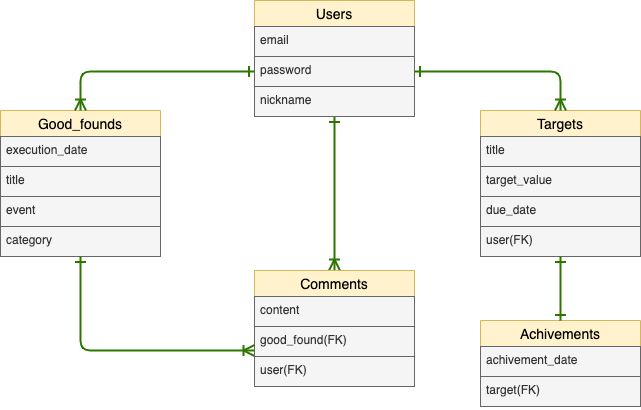
Before: 遷移図.png, a diagram exported from draw.io (akiyuki-23/bright-side). Source tidied: cells renumbered, new cells last; positions are measured from the earlier drawing's top-left corner, leaving out a move shared by most shapes.
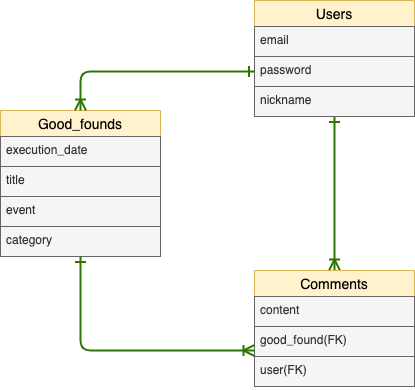
Above is the later version.

Change to the diagram source:
```diff
@@ -44,21 +44,6 @@
     <mxCell id="15" value="user(FK)" style="text;strokeColor=#666666;fillColor=#f5f5f5;spacingLeft=4;spacingRight=4;overflow=hidden;fontSize=12;fontColor=#333333;" parent="12" vertex="1">
       <mxGeometry y="86" width="160" height="30" as="geometry" />
     </mxCell>
-    <mxCell id="16" value="Targets" style="swimlane;fontStyle=0;horizontal=1;startSize=26;align=center;fontSize=14;fillColor=#fff2cc;strokeColor=#d6b656;fontColor=#000000;" parent="1" vertex="1">
-      <mxGeometry x="480" y="110" width="160" height="146" as="geometry" />
-    </mxCell>
-    <mxCell id="17" value="title" style="text;strokeColor=#666666;fillColor=#f5f5f5;spacingLeft=4;spacingRight=4;overflow=hidden;fontSize=12;fontColor=#333333;" parent="16" vertex="1">
-      <mxGeometry y="26" width="160" height="30" as="geometry" />
-    </mxCell>
-    <mxCell id="18" value="target_value" style="text;strokeColor=#666666;fillColor=#f5f5f5;spacingLeft=4;spacingRight=4;overflow=hidden;fontSize=12;fontColor=#333333;" parent="16" vertex="1">
-      <mxGeometry y="56" width="160" height="30" as="geometry" />
-    </mxCell>
-    <mxCell id="19" value="due_date" style="text;strokeColor=#666666;fillColor=#f5f5f5;spacingLeft=4;spacingRight=4;overflow=hidden;fontSize=12;fontColor=#333333;" parent="16" vertex="1">
-      <mxGeometry y="86" width="160" height="30" as="geometry" />
-    </mxCell>
-    <mxCell id="20" value="user(FK)" style="text;strokeColor=#666666;fillColor=#f5f5f5;spacingLeft=4;spacingRight=4;overflow=hidden;fontSize=12;fontColor=#333333;" parent="16" vertex="1">
-      <mxGeometry y="116" width="160" height="30" as="geometry" />
-    </mxCell>
     <mxCell id="21" style="edgeStyle=orthogonalEdgeStyle;html=1;elbow=vertical;endArrow=ERoneToMany;endFill=0;startArrow=ERone;startFill=0;fillColor=#60a917;strokeColor=#2D7600;strokeWidth=2;endSize=8;startSize=8;" parent="1" edge="1" source="2" target="12">
       <mxGeometry relative="1" as="geometry">
         <Array as="points">
@@ -73,24 +58,5 @@
         </Array>
       </mxGeometry>
     </mxCell>
-    <mxCell id="23" style="edgeStyle=none;html=1;exitX=1;exitY=0.5;exitDx=0;exitDy=0;entryX=0.5;entryY=0;entryDx=0;entryDy=0;startArrow=ERone;startFill=0;endArrow=ERoneToMany;endFill=0;elbow=vertical;fillColor=#60a917;strokeColor=#2D7600;strokeWidth=2;endSize=8;startSize=8;" parent="1" edge="1" source="10" target="16">
-      <mxGeometry relative="1" as="geometry">
-        <Array as="points">
-          <mxPoint x="560" y="71" />
-        </Array>
-      </mxGeometry>
-    </mxCell>
-    <mxCell id="24" value="Achivements" style="swimlane;fontStyle=0;horizontal=1;startSize=26;align=center;fontSize=14;fillColor=#fff2cc;strokeColor=#d6b656;fontColor=#000000;" parent="1" vertex="1">
-      <mxGeometry x="480" y="320" width="160" height="86" as="geometry" />
-    </mxCell>
-    <mxCell id="25" value="achivement_date" style="text;strokeColor=#666666;fillColor=#f5f5f5;spacingLeft=4;spacingRight=4;overflow=hidden;fontSize=12;fontColor=#333333;" parent="24" vertex="1">
-      <mxGeometry y="26" width="160" height="30" as="geometry" />
-    </mxCell>
-    <mxCell id="26" value="target(FK)" style="text;strokeColor=#666666;fillColor=#f5f5f5;spacingLeft=4;spacingRight=4;overflow=hidden;fontSize=12;fontColor=#333333;" parent="24" vertex="1">
-      <mxGeometry y="56" width="160" height="30" as="geometry" />
-    </mxCell>
-    <mxCell id="27" style="edgeStyle=none;html=1;entryX=0.5;entryY=0;entryDx=0;entryDy=0;startArrow=ERone;startFill=0;endArrow=ERone;endFill=0;elbow=vertical;fillColor=#60a917;strokeColor=#2D7600;strokeWidth=2;endSize=8;startSize=8;jumpSize=6;" parent="1" edge="1" source="16" target="24">
-      <mxGeometry relative="1" as="geometry" />
-    </mxCell>
   </root>
 </mxGraphModel>
```
